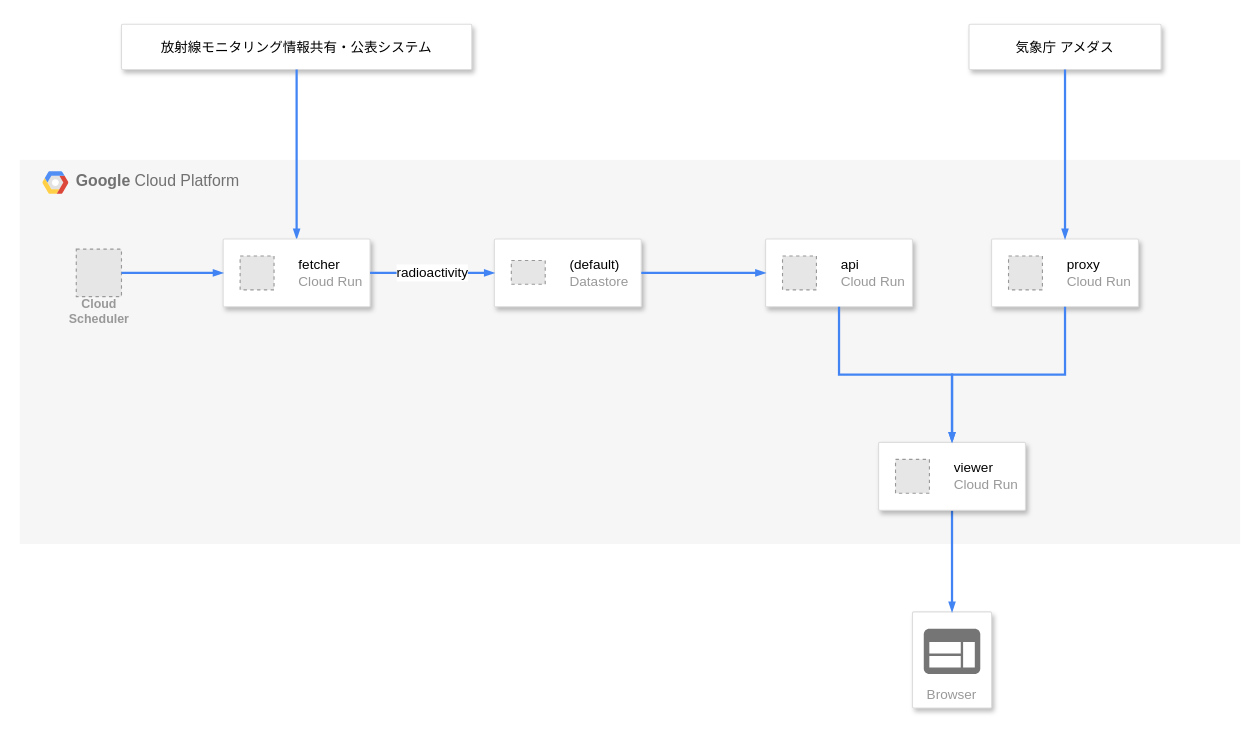
Before: diagram.drawio in seotaro/radioactivity-map, a draw.io diagram. Source tidied: cells renumbered, new cells numbered last; positions are measured from the earlier drawing's top-left corner, leaving out a move shared by most shapes. Both pictures are drawn from the tidied source at 113%, with x=0, y=0 at pixel (19, 24). Pictures stored in the file or linked from it are replaced by grey dashed boxes.
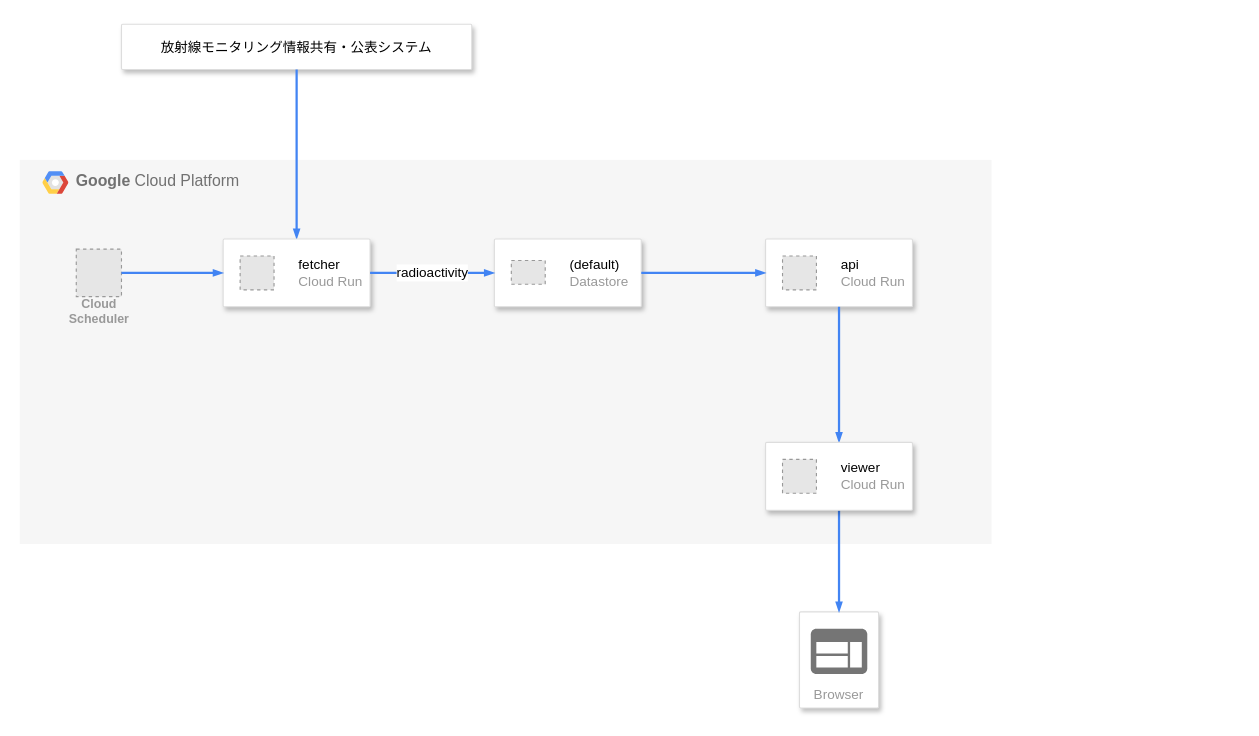
The same diagram, later.

Change to the diagram source:
```diff
@@
     <mxCell id="2" value="&lt;b&gt;Google &lt;/b&gt;Cloud Platform" style="fillColor=#F6F6F6;strokeColor=none;shadow=0;gradientColor=none;fontSize=14;align=left;spacing=10;fontColor=#717171;9E9E9E;verticalAlign=top;spacingTop=-4;fontStyle=0;spacingLeft=40;html=1;" parent="1" vertex="1">
-      <mxGeometry y="120" width="1080" height="340" as="geometry" />
+      <mxGeometry y="120" width="860" height="340" as="geometry" />
     </mxCell>
@@
     <mxCell id="5" value="Browser" style="strokeColor=#dddddd;shadow=1;strokeWidth=1;rounded=1;absoluteArcSize=1;arcSize=2;labelPosition=center;verticalLabelPosition=middle;align=center;verticalAlign=bottom;spacingLeft=0;fontColor=#999999;fontSize=12;whiteSpace=wrap;spacingBottom=2;" parent="1" vertex="1">
-      <mxGeometry x="790" y="520" width="70" height="85" as="geometry" />
+      <mxGeometry x="690" y="520" width="70" height="85" as="geometry" />
     </mxCell>
@@
     <mxCell id="20" style="strokeColor=#dddddd;shadow=1;strokeWidth=1;rounded=1;absoluteArcSize=1;arcSize=2;" parent="1" vertex="1">
-      <mxGeometry x="760" y="370" width="130" height="60" as="geometry" />
+      <mxGeometry x="660" y="370" width="130" height="60" as="geometry" />
     </mxCell>
@@
-    <mxCell id="22" style="strokeColor=#dddddd;shadow=1;strokeWidth=1;rounded=1;absoluteArcSize=1;arcSize=2;" parent="1" vertex="1">
-      <mxGeometry x="860" y="190" width="130" height="60" as="geometry" />
-    </mxCell>
-    <mxCell id="23" value="&lt;font color=&quot;#000000&quot;&gt;proxy&lt;/font&gt;&lt;br&gt;Cloud Run" style="fillColor=#E6E6E6;strokeColor=#999999;dashed=1;html=1;fontColor=#999999;verticalLabelPosition=middle;labelBackgroundColor=#ffffff;verticalAlign=middle;labelPosition=right;align=left;spacingLeft=20;" parent="22" vertex="1">
-      <mxGeometry width="30" height="30" relative="1" as="geometry">
-        <mxPoint x="15" y="15" as="offset" />
-      </mxGeometry>
-    </mxCell>
-    <mxCell id="24" style="edgeStyle=orthogonalEdgeStyle;fontSize=12;html=1;endArrow=none;endFill=0;rounded=0;strokeWidth=2;endSize=4;startSize=4;dashed=0;strokeColor=#4284F3;startArrow=blockThin;startFill=1;entryX=0.5;entryY=1;entryDx=0;entryDy=0;" parent="1" edge="1" source="20" target="22">
-      <mxGeometry relative="1" as="geometry" />
-    </mxCell>
-    <mxCell id="25" value="気象庁 アメダス" style="strokeColor=#dddddd;shadow=1;strokeWidth=1;rounded=1;absoluteArcSize=1;arcSize=2;" parent="1" vertex="1">
-      <mxGeometry x="840" width="170" height="40" as="geometry" />
-    </mxCell>
-    <mxCell id="26" style="edgeStyle=orthogonalEdgeStyle;fontSize=12;html=1;endArrow=none;endFill=0;rounded=0;strokeWidth=2;endSize=4;startSize=4;dashed=0;strokeColor=#4284F3;startArrow=blockThin;startFill=1;" parent="1" edge="1" source="22" target="25">
-      <mxGeometry relative="1" as="geometry" />
-    </mxCell>
```
